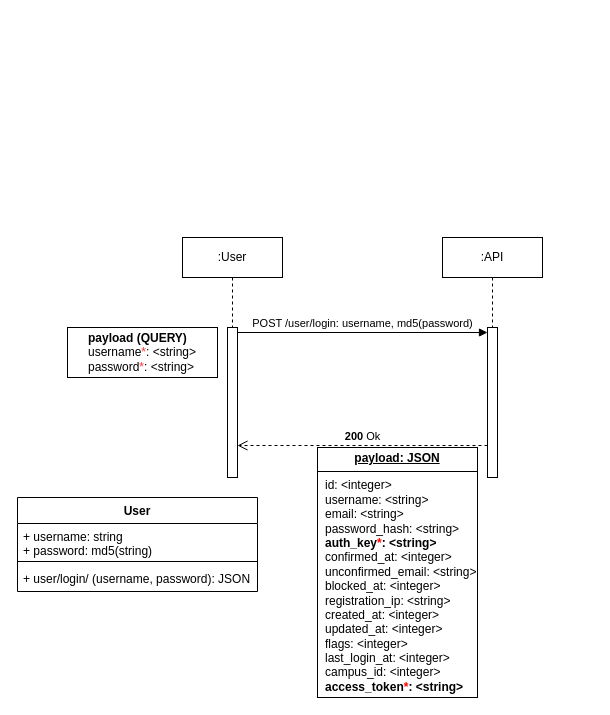
Earlier version of the draw.io diagram page "API Authorization Workflow" (1 of 10) of scholar-api-flows1.drawio (olougepa/scholar-api). Source tidied: cells renumbered, new cells numbered last; positions are measured from the earlier drawing's top-left corner, leaving out a move shared by most shapes. Both pictures are drawn from the tidied source at 100%, with x=0, y=0 at pixel (17, 237).
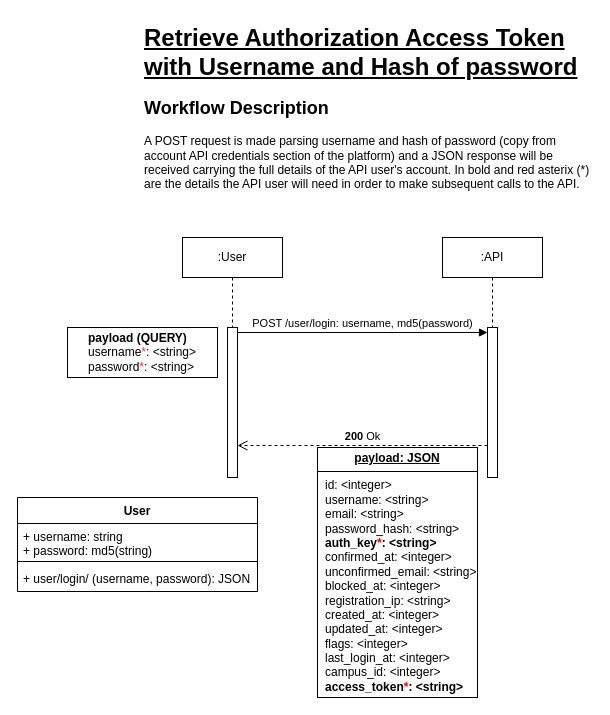
The same diagram, later.

Diff of the diagram source:
```diff
@@
 <mxGraphModel>
   <root>
     <mxCell id="0" />
     <mxCell id="1" parent="0" />
     <mxCell id="2" value="User" style="swimlane;fontStyle=1;align=center;verticalAlign=top;horizontal=1;startSize=26;whiteSpace=wrap;html=1;" parent="1" vertex="1">
       <mxGeometry y="260" width="240" height="94" as="geometry" />
     </mxCell>
     <mxCell id="3" value="+ username: string&lt;div&gt;+ password: md5(string)&lt;/div&gt;" style="text;strokeColor=none;fillColor=none;align=left;verticalAlign=top;spacingLeft=4;spacingRight=4;overflow=hidden;whiteSpace=wrap;html=1;" parent="2" vertex="1">
       <mxGeometry y="26" width="240" height="34" as="geometry" />
     </mxCell>
     <mxCell id="4" style="line;strokeWidth=1;fillColor=none;align=left;verticalAlign=middle;spacingTop=-1;spacingLeft=3;spacingRight=3;labelPosition=right;strokeColor=inherit;" parent="2" vertex="1">
       <mxGeometry y="60" width="240" height="8" as="geometry" />
     </mxCell>
     <mxCell id="5" value="+ user/login/ (username, password): JSON" style="text;strokeColor=none;fillColor=none;align=left;verticalAlign=top;spacingLeft=4;spacingRight=4;overflow=hidden;whiteSpace=wrap;html=1;" parent="2" vertex="1">
       <mxGeometry y="68" width="240" height="26" as="geometry" />
     </mxCell>
     <mxCell id="6" style="html=1;points=[[0,0,0,0,5],[0,1,0,0,-5],[1,0,0,0,5],[1,1,0,0,-5]];perimeter=orthogonalPerimeter;outlineConnect=0;targetShapes=umlLifeline;portConstraint=eastwest;newEdgeStyle={&quot;curved&quot;:0,&quot;rounded&quot;:0};" parent="1" vertex="1">
       <mxGeometry x="470" y="90" width="10" height="150" as="geometry" />
     </mxCell>
     <mxCell id="7" value="POST /user/login: username, md5(password)" style="html=1;verticalAlign=bottom;endArrow=block;curved=0;rounded=0;entryX=0;entryY=0;entryDx=0;entryDy=5;" parent="1" edge="1" source="9" target="6">
       <mxGeometry relative="1" as="geometry" />
     </mxCell>
     <mxCell id="8" value="&lt;b&gt;200&lt;/b&gt; Ok" style="html=1;verticalAlign=bottom;endArrow=open;dashed=1;endSize=8;curved=0;rounded=0;" parent="1" edge="1" source="6">
       <mxGeometry relative="1" as="geometry">
         <mxPoint x="220" y="208" as="targetPoint" />
       </mxGeometry>
     </mxCell>
     <mxCell id="9" style="html=1;points=[[0,0,0,0,5],[0,1,0,0,-5],[1,0,0,0,5],[1,1,0,0,-5]];perimeter=orthogonalPerimeter;outlineConnect=0;targetShapes=umlLifeline;portConstraint=eastwest;newEdgeStyle={&quot;curved&quot;:0,&quot;rounded&quot;:0};" parent="1" vertex="1">
       <mxGeometry x="210" y="90" width="10" height="150" as="geometry" />
     </mxCell>
     <mxCell id="10" value="&lt;p style=&quot;margin:0px;margin-top:4px;text-align:center;text-decoration:underline;&quot;&gt;&lt;b&gt;payload: JSON&lt;/b&gt;&lt;/p&gt;&lt;hr size=&quot;1&quot; style=&quot;border-style:solid;&quot;&gt;&lt;p style=&quot;margin:0px;margin-left:8px;&quot;&gt;id: &amp;lt;integer&amp;gt;&lt;br&gt;username: &amp;lt;string&amp;gt;&lt;br&gt;email: &amp;lt;string&amp;gt;&lt;/p&gt;&lt;p style=&quot;margin:0px;margin-left:8px;&quot;&gt;password_hash: &amp;lt;string&amp;gt;&lt;/p&gt;&lt;p style=&quot;margin:0px;margin-left:8px;&quot;&gt;&lt;b&gt;auth_key&lt;font color=&quot;#ff0000&quot;&gt;*&lt;/font&gt;: &amp;lt;string&amp;gt;&lt;/b&gt;&lt;/p&gt;&lt;p style=&quot;margin:0px;margin-left:8px;&quot;&gt;confirmed_at: &amp;lt;integer&amp;gt;&lt;/p&gt;&lt;p style=&quot;margin:0px;margin-left:8px;&quot;&gt;unconfirmed_email: &amp;lt;string&amp;gt;&lt;/p&gt;&lt;p style=&quot;margin:0px;margin-left:8px;&quot;&gt;blocked_at: &amp;lt;integer&amp;gt;&lt;/p&gt;&lt;p style=&quot;margin:0px;margin-left:8px;&quot;&gt;registration_ip: &amp;lt;string&amp;gt;&lt;/p&gt;&lt;p style=&quot;margin:0px;margin-left:8px;&quot;&gt;created_at: &amp;lt;integer&amp;gt;&lt;/p&gt;&lt;p style=&quot;margin:0px;margin-left:8px;&quot;&gt;updated_at: &amp;lt;integer&amp;gt;&lt;/p&gt;&lt;p style=&quot;margin:0px;margin-left:8px;&quot;&gt;flags: &amp;lt;integer&amp;gt;&lt;/p&gt;&lt;p style=&quot;margin:0px;margin-left:8px;&quot;&gt;last_login_at: &amp;lt;integer&amp;gt;&lt;/p&gt;&lt;p style=&quot;margin:0px;margin-left:8px;&quot;&gt;campus_id: &amp;lt;integer&amp;gt;&lt;/p&gt;&lt;p style=&quot;margin:0px;margin-left:8px;&quot;&gt;&lt;b&gt;access_token&lt;font color=&quot;#ff0000&quot;&gt;*&lt;/font&gt;: &amp;lt;string&amp;gt;&lt;/b&gt;&lt;/p&gt;" style="verticalAlign=top;align=left;overflow=fill;html=1;whiteSpace=wrap;" parent="1" vertex="1">
       <mxGeometry x="300" y="210" width="160" height="250" as="geometry" />
     </mxCell>
     <mxCell id="11" value=":User" style="shape=umlLifeline;perimeter=lifelinePerimeter;whiteSpace=wrap;html=1;newEdgeStyle={&quot;curved&quot;:0,&quot;rounded&quot;:0};" parent="1" vertex="1">
       <mxGeometry x="165" width="100" height="90" as="geometry" />
     </mxCell>
     <mxCell id="12" value=":API" style="shape=umlLifeline;perimeter=lifelinePerimeter;whiteSpace=wrap;html=1;newEdgeStyle={&quot;curved&quot;:0,&quot;rounded&quot;:0};" parent="1" vertex="1">
       <mxGeometry x="425" width="100" height="90" as="geometry" />
     </mxCell>
     <mxCell id="13" value="&lt;div style=&quot;text-align: left;&quot;&gt;&lt;b style=&quot;background-color: initial;&quot;&gt;payload (QUERY)&lt;/b&gt;&lt;/div&gt;&lt;div style=&quot;text-align: left;&quot;&gt;username&lt;font color=&quot;#ff3333&quot;&gt;*&lt;/font&gt;: &amp;lt;string&amp;gt;&lt;/div&gt;&lt;div style=&quot;text-align: left;&quot;&gt;password&lt;font color=&quot;#ff3333&quot;&gt;*&lt;/font&gt;: &amp;lt;string&amp;gt;&lt;/div&gt;" style="html=1;whiteSpace=wrap;" parent="1" vertex="1">
       <mxGeometry x="50" y="90" width="150" height="50" as="geometry" />
     </mxCell>
+    <mxCell id="14" value="&lt;h1 style=&quot;margin-top: 0px;&quot;&gt;&lt;u&gt;Retrieve Authorization Access Token with Username and Hash of password&lt;/u&gt;&lt;/h1&gt;&lt;h2 style=&quot;margin-top: 0px;&quot;&gt;Workflow Description&lt;/h2&gt;&lt;p&gt;A POST request is made parsing username and hash of password (copy from account API credentials section of the platform) and a JSON response will be received carrying the full details of the API user's account. In bold and red asterix (*) are the details the API user will need in order to make subsequent calls to the API.&lt;/p&gt;" style="text;html=1;whiteSpace=wrap;overflow=hidden;rounded=0;" parent="1" vertex="1">
+      <mxGeometry x="125" y="-220" width="450" height="200" as="geometry" />
+    </mxCell>
   </root>
 </mxGraphModel>
```
